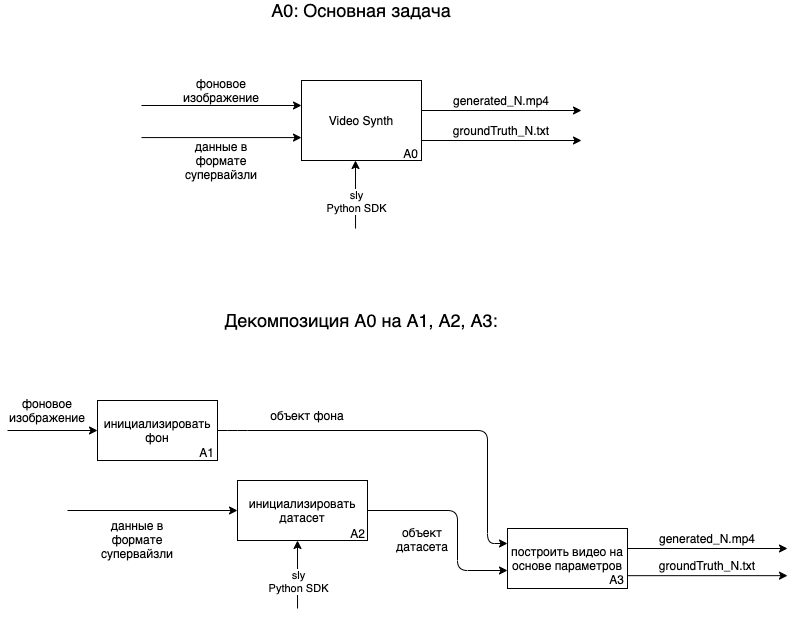
supervisely-ecosystem/synthetic-videos-for-tracking keeps this draw.io diagram as diagrams/main.png. Above is the earlier version. Source tidied: cells renumbered, new cells last; positions are measured from the earlier drawing's top-left corner, leaving out a move shared by most shapes. Its diagram source:
```xml
<mxGraphModel>
  <root>
    <mxCell id="0" />
    <mxCell id="1" parent="0" />
    <mxCell id="2" value="Video Synth" style="rounded=0;whiteSpace=wrap;html=1;" parent="1" vertex="1">
      <mxGeometry x="294" y="80" width="120" height="80" as="geometry" />
    </mxCell>
    <mxCell id="3" style="endArrow=classic;html=1;entryX=0;entryY=0.5;entryDx=0;entryDy=0;" parent="1" edge="1">
      <mxGeometry relative="1" as="geometry">
        <mxPoint x="134" y="105" as="sourcePoint" />
        <mxPoint x="294" y="105" as="targetPoint" />
      </mxGeometry>
    </mxCell>
    <mxCell id="4" value="A0" style="text;html=1;strokeColor=none;fillColor=none;align=center;verticalAlign=middle;whiteSpace=wrap;rounded=0;" parent="1" vertex="1">
      <mxGeometry x="393" y="148" width="21" height="10" as="geometry" />
    </mxCell>
    <mxCell id="5" value="фоновое изображение" style="text;html=1;strokeColor=none;fillColor=none;align=center;verticalAlign=middle;whiteSpace=wrap;rounded=0;" parent="1" vertex="1">
      <mxGeometry x="174" y="80" width="80" height="20" as="geometry" />
    </mxCell>
    <mxCell id="6" value="&lt;font style=&quot;font-size: 18px&quot;&gt;A0: Основная задача&lt;/font&gt;" style="text;html=1;strokeColor=none;fillColor=none;align=center;verticalAlign=middle;whiteSpace=wrap;rounded=0;" parent="1" vertex="1">
      <mxGeometry x="194" width="320" height="20" as="geometry" />
    </mxCell>
    <mxCell id="7" value="инициализировать фон" style="rounded=0;whiteSpace=wrap;html=1;" parent="1" vertex="1">
      <mxGeometry x="90" y="400" width="120" height="60" as="geometry" />
    </mxCell>
    <mxCell id="8" style="endArrow=classic;html=1;entryX=0;entryY=0.5;entryDx=0;entryDy=0;" parent="1" edge="1" target="7">
      <mxGeometry relative="1" as="geometry">
        <mxPoint y="430" as="sourcePoint" />
      </mxGeometry>
    </mxCell>
    <mxCell id="9" value="A1" style="text;html=1;strokeColor=none;fillColor=none;align=center;verticalAlign=middle;whiteSpace=wrap;rounded=0;" parent="1" vertex="1">
      <mxGeometry x="189" y="447" width="21" height="10" as="geometry" />
    </mxCell>
    <mxCell id="10" value="&lt;span style=&quot;color: rgba(0 , 0 , 0 , 0) ; font-family: monospace ; font-size: 0px&quot;&gt;%3CmxGraphModel%3E%3Croot%3E%3CmxCell%20id%3D%220%22%2F%3E%3CmxCell%20id%3D%221%22%20parent%3D%220%22%2F%3E%3CmxCell%20id%3D%222%22%20value%3D%22%D1%81%D0%BF%D1%83%D1%82%D0%BD%D0%B8%D0%BA%D0%BE%D0%B2%D1%8B%D0%B9%20%D1%81%D0%BD%D0%B8%D0%BC%D0%BE%D0%BA%22%20style%3D%22text%3Bhtml%3D1%3BstrokeColor%3Dnone%3BfillColor%3Dnone%3Balign%3Dcenter%3BverticalAlign%3Dmiddle%3BwhiteSpace%3Dwrap%3Brounded%3D0%3B%22%20vertex%3D%221%22%20parent%3D%221%22%3E%3CmxGeometry%20x%3D%22240%22%20y%3D%22230%22%20width%3D%2280%22%20height%3D%2220%22%20as%3D%22geometry%22%2F%3E%3C%2FmxCell%3E%3C%2Froot%3E%3C%2FmxGraphModel%3E&lt;/span&gt;" style="text;html=1;strokeColor=none;fillColor=none;align=center;verticalAlign=middle;whiteSpace=wrap;rounded=0;" parent="1" vertex="1">
      <mxGeometry y="405" width="80" height="20" as="geometry" />
    </mxCell>
    <mxCell id="11" value="&lt;font style=&quot;font-size: 18px&quot;&gt;Декомпозиция A0 на A1, A2, A3:&lt;/font&gt;" style="text;html=1;strokeColor=none;fillColor=none;align=center;verticalAlign=middle;whiteSpace=wrap;rounded=0;" parent="1" vertex="1">
      <mxGeometry x="194" y="310" width="320" height="20" as="geometry" />
    </mxCell>
    <mxCell id="12" value="инициализировать датасет" style="rounded=0;whiteSpace=wrap;html=1;" parent="1" vertex="1">
      <mxGeometry x="230" y="480" width="130" height="60" as="geometry" />
    </mxCell>
    <mxCell id="13" value="A2" style="text;html=1;strokeColor=none;fillColor=none;align=center;verticalAlign=middle;whiteSpace=wrap;rounded=0;" parent="1" vertex="1">
      <mxGeometry x="340" y="528" width="21" height="10" as="geometry" />
    </mxCell>
    <mxCell id="14" value="построить видео на основе параметров" style="rounded=0;whiteSpace=wrap;html=1;" parent="1" vertex="1">
      <mxGeometry x="500" y="528" width="120" height="60" as="geometry" />
    </mxCell>
    <mxCell id="15" value="A3" style="text;html=1;strokeColor=none;fillColor=none;align=center;verticalAlign=middle;whiteSpace=wrap;rounded=0;" parent="1" vertex="1">
      <mxGeometry x="599" y="574" width="21" height="10" as="geometry" />
    </mxCell>
    <mxCell id="16" style="endArrow=classic;html=1;exitX=1;exitY=0.5;exitDx=0;exitDy=0;entryX=0;entryY=0.25;entryDx=0;entryDy=0;" parent="1" edge="1" source="7" target="14">
      <mxGeometry relative="1" as="geometry">
        <Array as="points">
          <mxPoint x="230" y="430" />
          <mxPoint x="480" y="430" />
          <mxPoint x="480" y="543" />
        </Array>
      </mxGeometry>
    </mxCell>
    <mxCell id="17" style="endArrow=classic;html=1;exitX=1;exitY=0.5;exitDx=0;exitDy=0;" parent="1" edge="1" source="12">
      <mxGeometry relative="1" as="geometry">
        <mxPoint x="500" y="570" as="targetPoint" />
        <Array as="points">
          <mxPoint x="450" y="510" />
          <mxPoint x="450" y="570" />
        </Array>
      </mxGeometry>
    </mxCell>
    <mxCell id="18" style="endArrow=classic;html=1;entryX=0;entryY=0.5;entryDx=0;entryDy=0;" parent="1" edge="1">
      <mxGeometry relative="1" as="geometry">
        <mxPoint x="414" y="110" as="sourcePoint" />
        <mxPoint x="574" y="110" as="targetPoint" />
      </mxGeometry>
    </mxCell>
    <mxCell id="19" value="generated_N.mp4" style="text;html=1;strokeColor=none;fillColor=none;align=center;verticalAlign=middle;whiteSpace=wrap;rounded=0;" parent="1" vertex="1">
      <mxGeometry x="424" y="90" width="140" height="20" as="geometry" />
    </mxCell>
    <mxCell id="20" value="фоновое изображение" style="text;html=1;strokeColor=none;fillColor=none;align=center;verticalAlign=middle;whiteSpace=wrap;rounded=0;" parent="1" vertex="1">
      <mxGeometry y="400" width="80" height="20" as="geometry" />
    </mxCell>
    <mxCell id="21" style="endArrow=classic;html=1;entryX=0.333;entryY=1.033;entryDx=0;entryDy=0;entryPerimeter=0;" parent="1" edge="1">
      <mxGeometry relative="1" as="geometry">
        <mxPoint x="348" y="228" as="sourcePoint" />
        <mxPoint x="348" y="160" as="targetPoint" />
      </mxGeometry>
    </mxCell>
    <mxCell id="22" value="sly&lt;br&gt;Python SDK&lt;br&gt;" style="edgeLabel;html=1;align=center;verticalAlign=middle;" parent="21" vertex="1">
      <mxGeometry x="-0.09" y="1" relative="1" as="geometry">
        <mxPoint x="1" y="3" as="offset" />
      </mxGeometry>
    </mxCell>
    <mxCell id="23" style="endArrow=classic;html=1;entryX=0;entryY=0.5;entryDx=0;entryDy=0;" parent="1" edge="1">
      <mxGeometry relative="1" as="geometry">
        <mxPoint x="134" y="137.1" as="sourcePoint" />
        <mxPoint x="294" y="137.1" as="targetPoint" />
      </mxGeometry>
    </mxCell>
    <mxCell id="24" value="данные в формате супервайзли" style="text;html=1;strokeColor=none;fillColor=none;align=center;verticalAlign=middle;whiteSpace=wrap;rounded=0;" parent="1" vertex="1">
      <mxGeometry x="174" y="150" width="80" height="20" as="geometry" />
    </mxCell>
    <mxCell id="25" value="объект фона" style="text;html=1;strokeColor=none;fillColor=none;align=center;verticalAlign=middle;whiteSpace=wrap;rounded=0;" parent="1" vertex="1">
      <mxGeometry x="260" y="405" width="80" height="20" as="geometry" />
    </mxCell>
    <mxCell id="26" style="endArrow=classic;html=1;entryX=0;entryY=0.5;entryDx=0;entryDy=0;" parent="1" edge="1" target="12">
      <mxGeometry relative="1" as="geometry">
        <mxPoint x="60" y="510" as="sourcePoint" />
      </mxGeometry>
    </mxCell>
    <mxCell id="27" value="данные в формате супервайзли" style="text;html=1;strokeColor=none;fillColor=none;align=center;verticalAlign=middle;whiteSpace=wrap;rounded=0;" parent="1" vertex="1">
      <mxGeometry x="90" y="519" width="80" height="41" as="geometry" />
    </mxCell>
    <mxCell id="28" value="объект&lt;br&gt;датасета" style="text;html=1;strokeColor=none;fillColor=none;align=center;verticalAlign=middle;whiteSpace=wrap;rounded=0;" parent="1" vertex="1">
      <mxGeometry x="380" y="518" width="70" height="42" as="geometry" />
    </mxCell>
    <mxCell id="29" style="endArrow=classic;html=1;entryX=0;entryY=0.5;entryDx=0;entryDy=0;" parent="1" edge="1">
      <mxGeometry relative="1" as="geometry">
        <mxPoint x="620" y="548" as="sourcePoint" />
        <mxPoint x="780" y="548" as="targetPoint" />
      </mxGeometry>
    </mxCell>
    <mxCell id="30" value="generated_N.mp4" style="text;html=1;strokeColor=none;fillColor=none;align=center;verticalAlign=middle;whiteSpace=wrap;rounded=0;" parent="1" vertex="1">
      <mxGeometry x="630" y="528" width="140" height="20" as="geometry" />
    </mxCell>
    <mxCell id="31" style="endArrow=classic;html=1;entryX=0;entryY=0.5;entryDx=0;entryDy=0;" parent="1" edge="1">
      <mxGeometry relative="1" as="geometry">
        <mxPoint x="620" y="575.2" as="sourcePoint" />
        <mxPoint x="780" y="575.2" as="targetPoint" />
      </mxGeometry>
    </mxCell>
    <mxCell id="32" value="groundTruth_N.txt" style="text;html=1;strokeColor=none;fillColor=none;align=center;verticalAlign=middle;whiteSpace=wrap;rounded=0;" parent="1" vertex="1">
      <mxGeometry x="630" y="555.2" width="140" height="20" as="geometry" />
    </mxCell>
    <mxCell id="33" style="endArrow=classic;html=1;entryX=0;entryY=0.5;entryDx=0;entryDy=0;" parent="1" edge="1">
      <mxGeometry relative="1" as="geometry">
        <mxPoint x="414" y="140" as="sourcePoint" />
        <mxPoint x="574" y="140" as="targetPoint" />
      </mxGeometry>
    </mxCell>
    <mxCell id="34" value="groundTruth_N.txt" style="text;html=1;strokeColor=none;fillColor=none;align=center;verticalAlign=middle;whiteSpace=wrap;rounded=0;" parent="1" vertex="1">
      <mxGeometry x="424" y="120" width="140" height="20" as="geometry" />
    </mxCell>
    <mxCell id="35" style="endArrow=classic;html=1;entryX=0.333;entryY=1.033;entryDx=0;entryDy=0;entryPerimeter=0;" parent="1" edge="1">
      <mxGeometry relative="1" as="geometry">
        <mxPoint x="290" y="608" as="sourcePoint" />
        <mxPoint x="290" y="540" as="targetPoint" />
      </mxGeometry>
    </mxCell>
    <mxCell id="36" value="sly&lt;br&gt;Python SDK&lt;br&gt;" style="edgeLabel;html=1;align=center;verticalAlign=middle;" parent="35" vertex="1">
      <mxGeometry x="-0.09" y="1" relative="1" as="geometry">
        <mxPoint x="1" y="3" as="offset" />
      </mxGeometry>
    </mxCell>
  </root>
</mxGraphModel>
```
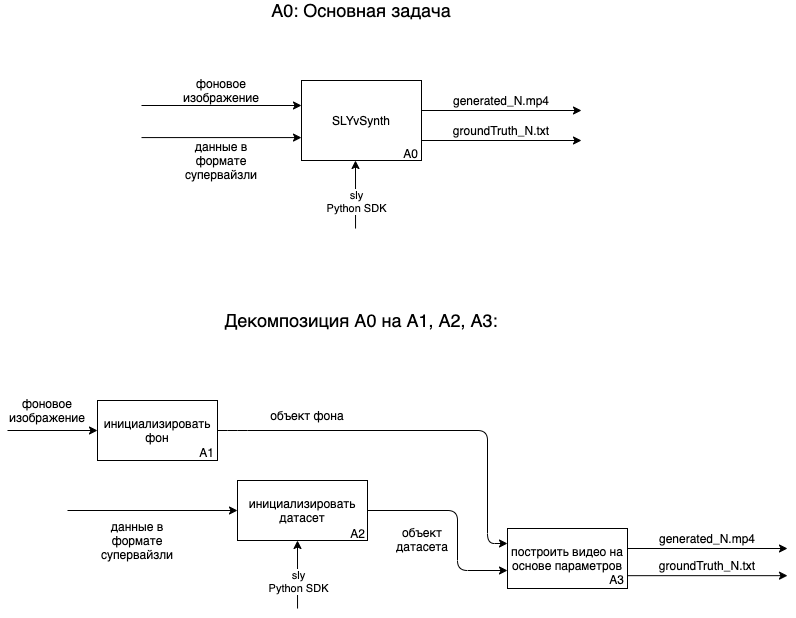
After the change.

Commit message:
changin namin

Change to the diagram source:
```diff
@@ -2,7 +2,7 @@
   <root>
     <mxCell id="0" />
     <mxCell id="1" parent="0" />
-    <mxCell id="2" value="Video Synth" style="rounded=0;whiteSpace=wrap;html=1;" parent="1" vertex="1">
+    <mxCell id="2" value="SLYvSynth" style="rounded=0;whiteSpace=wrap;html=1;" parent="1" vertex="1">
       <mxGeometry x="294" y="80" width="120" height="80" as="geometry" />
     </mxCell>
     <mxCell id="3" style="endArrow=classic;html=1;entryX=0;entryY=0.5;entryDx=0;entryDy=0;" parent="1" edge="1">
```
